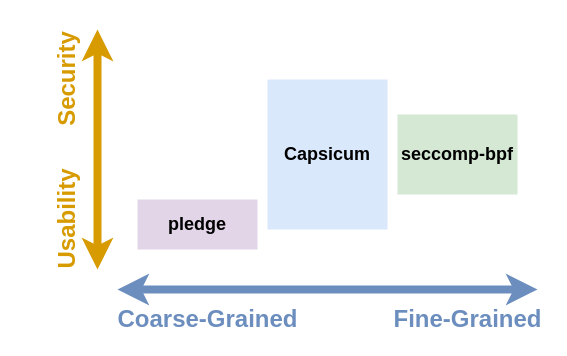
Above: project/lit-review/figs/drawio/systemcall-interposition.drawio in willfindlay/adaptivesec-F2020 (draw.io), before the change. Source tidied: cells renumbered, new cells numbered last; positions are measured from the earlier drawing's top-left corner, leaving out a move shared by most shapes. Both pictures are drawn from the tidied source at 100%, with x=0, y=0 at pixel (17, 29).
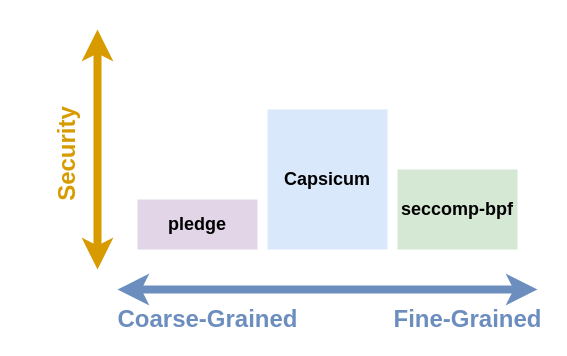
The same page after the edit.

Change to the diagram source:
```diff
@@
 <mxGraphModel>
   <root>
     <mxCell id="0" />
     <mxCell id="1" parent="0" />
     <mxCell id="2" style="endArrow=classic;startArrow=classic;html=1;fontColor=#000000;strokeWidth=8;fillColor=#ffe6cc;strokeColor=#d79b00;" parent="1" edge="1">
       <mxGeometry relative="1" as="geometry">
         <mxPoint x="80" y="240" as="sourcePoint" />
         <mxPoint x="80" as="targetPoint" />
       </mxGeometry>
     </mxCell>
-    <mxCell id="3" value="Usability" style="text;html=1;fontSize=24;fontStyle=1;verticalAlign=middle;align=center;dashed=1;fontColor=#D79B00;horizontal=0;" parent="1" vertex="1">
-      <mxGeometry y="170" width="100" height="40" as="geometry" />
-    </mxCell>
     <mxCell id="4" value="Security" style="text;html=1;fontSize=24;fontStyle=1;verticalAlign=middle;align=center;dashed=1;fontColor=#D79B00;horizontal=0;" parent="1" vertex="1">
-      <mxGeometry y="30" width="100" height="40" as="geometry" />
+      <mxGeometry y="105" width="100" height="40" as="geometry" />
     </mxCell>
     <mxCell id="5" style="endArrow=classic;startArrow=classic;html=1;fontColor=#000000;strokeWidth=8;fillColor=#dae8fc;strokeColor=#6c8ebf;" parent="1" edge="1">
       <mxGeometry relative="1" as="geometry">
         <mxPoint x="100" y="260" as="sourcePoint" />
         <mxPoint x="520" y="260" as="targetPoint" />
       </mxGeometry>
     </mxCell>
     <mxCell id="6" value="Coarse-Grained" style="text;html=1;fontSize=24;fontStyle=1;verticalAlign=middle;align=center;dashed=1;fontColor=#6C8EBF;" parent="1" vertex="1">
       <mxGeometry x="140" y="270" width="100" height="40" as="geometry" />
     </mxCell>
     <mxCell id="7" value="Fine-Grained" style="text;html=1;fontSize=24;fontStyle=1;verticalAlign=middle;align=center;dashed=1;fontColor=#6C8EBF;" parent="1" vertex="1">
       <mxGeometry x="400" y="270" width="100" height="40" as="geometry" />
     </mxCell>
     <mxCell id="8" value="pledge" style="rounded=0;whiteSpace=wrap;html=1;strokeWidth=1;fillColor=#e1d5e7;align=center;fontStyle=1;fontSize=18;strokeColor=none;" parent="1" vertex="1">
       <mxGeometry x="120" y="170" width="120" height="50" as="geometry" />
     </mxCell>
     <mxCell id="9" value="Capsicum" style="rounded=0;whiteSpace=wrap;html=1;strokeWidth=1;fillColor=#dae8fc;align=center;strokeColor=none;fontStyle=1;fontSize=18;" parent="1" vertex="1">
-      <mxGeometry x="250" y="50" width="120" height="150" as="geometry" />
+      <mxGeometry x="250" y="80" width="120" height="140" as="geometry" />
     </mxCell>
     <mxCell id="10" value="seccomp-bpf" style="rounded=0;whiteSpace=wrap;html=1;strokeWidth=1;fillColor=#d5e8d4;align=center;strokeColor=none;fontStyle=1;fontSize=18;" parent="1" vertex="1">
-      <mxGeometry x="380" y="85" width="120" height="80" as="geometry" />
+      <mxGeometry x="380" y="140" width="120" height="80" as="geometry" />
     </mxCell>
     <mxCell id="11" style="edgeStyle=none;rounded=0;orthogonalLoop=1;jettySize=auto;html=1;exitX=1;exitY=0.25;exitDx=0;exitDy=0;strokeWidth=8;fontColor=#6C8EBF;" parent="1" edge="1" source="4" target="4">
       <mxGeometry relative="1" as="geometry" />
     </mxCell>
   </root>
 </mxGraphModel>
```
